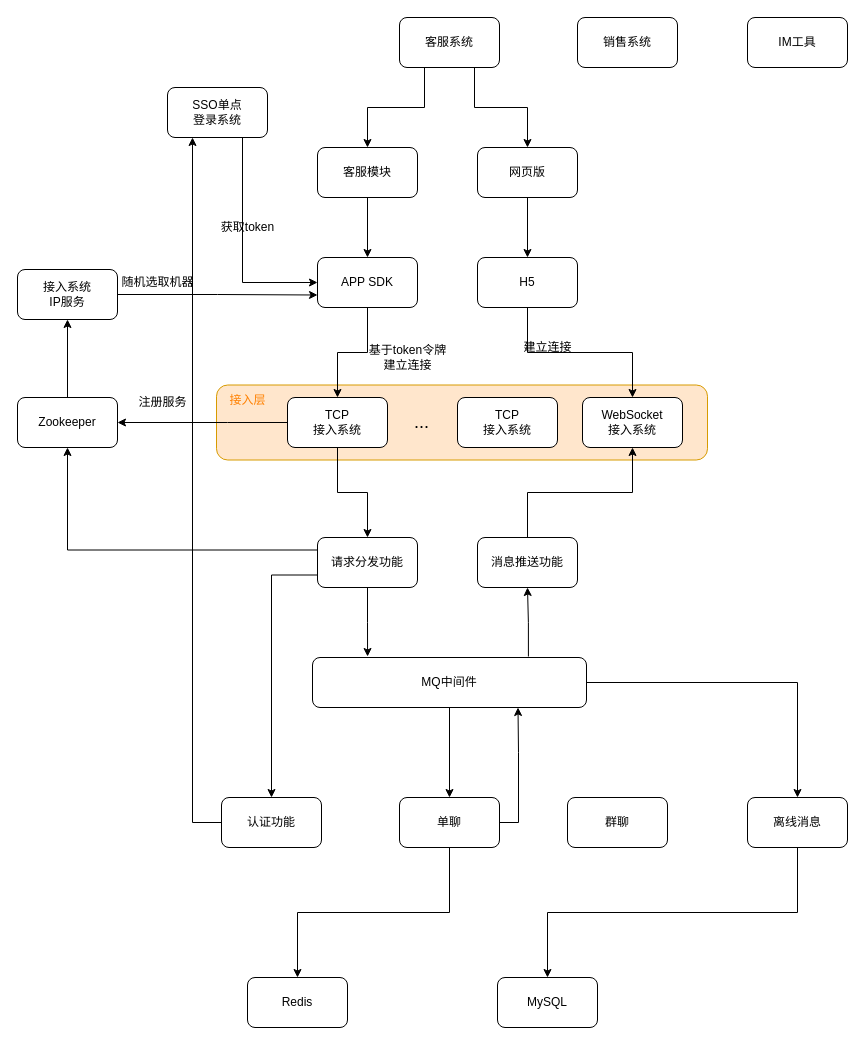
linkypi/my-im keeps this draw.io diagram as docs/flowchart.drawio. Above is the earlier version. Source tidied: cells renumbered, new cells numbered last; positions are measured from the earlier drawing's top-left corner, leaving out a move shared by most shapes. Both pictures are drawn from the tidied source at 100%, with x=0, y=0 at pixel (17, 17).
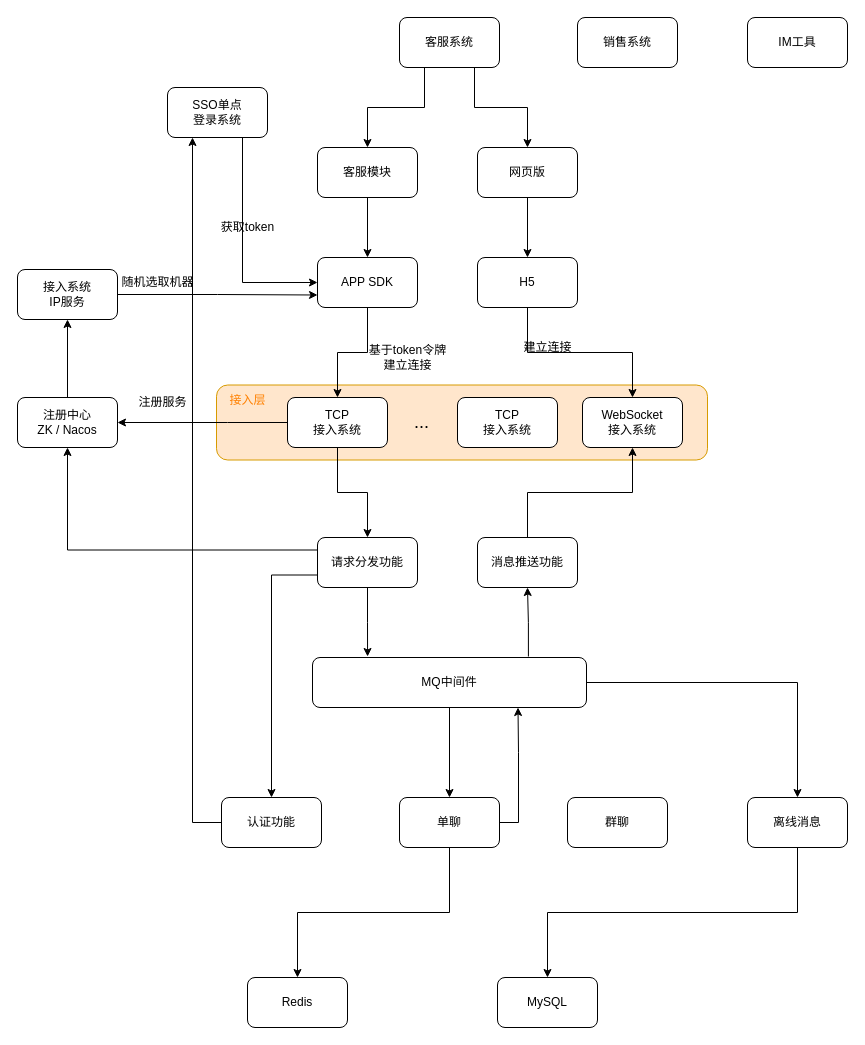
The same page after the edit.

Diff of the diagram source:
```diff
@@
-    <mxCell id="48" value="Zookeeper" style="rounded=1;whiteSpace=wrap;html=1;" parent="1" vertex="1">
+    <mxCell id="48" value="注册中心&lt;br&gt;ZK / Nacos" style="rounded=1;whiteSpace=wrap;html=1;" parent="1" vertex="1">
       <mxGeometry y="380" width="100" height="50" as="geometry" />
     </mxCell>
```
